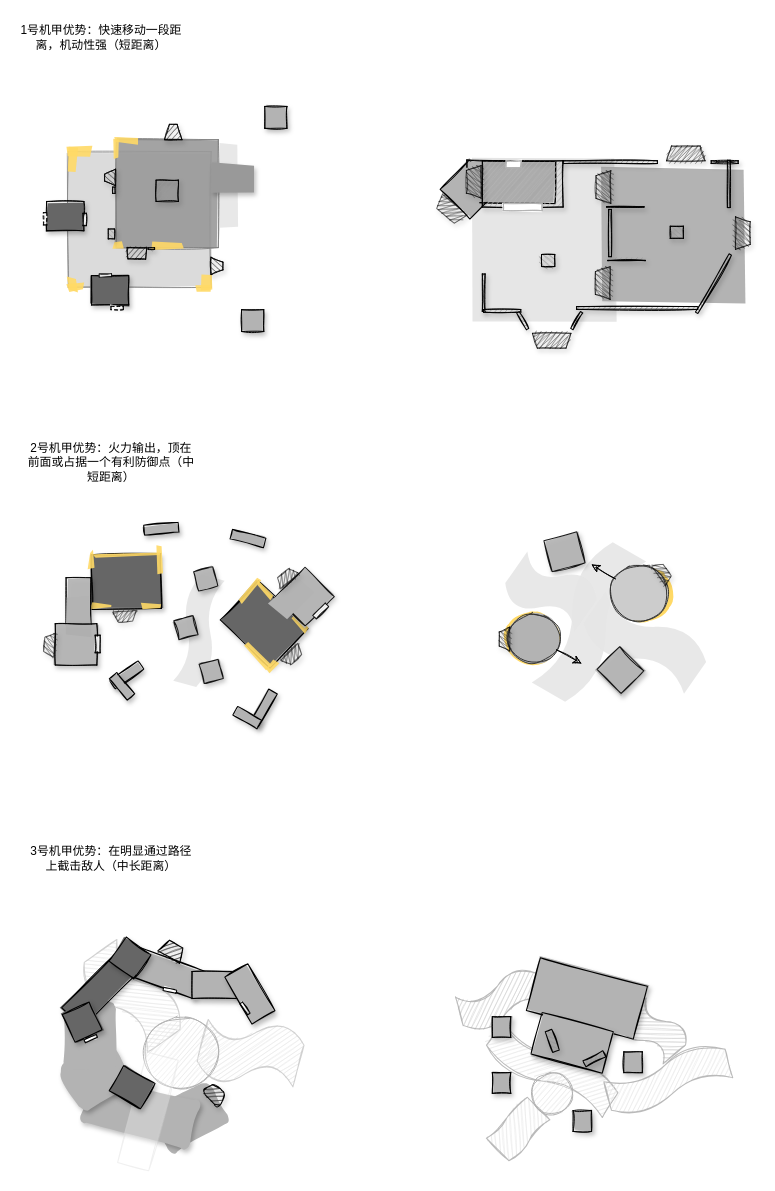
Above: Pattern040506.drawio in Heynoodle/DRAWIO (draw.io), before the change. Source tidied: cells renumbered, new cells numbered last; positions are measured from the earlier drawing's top-left corner, leaving out a move shared by most shapes. Both pictures are drawn from the tidied source at 99%, with x=0, y=0 at pixel (17, 17).
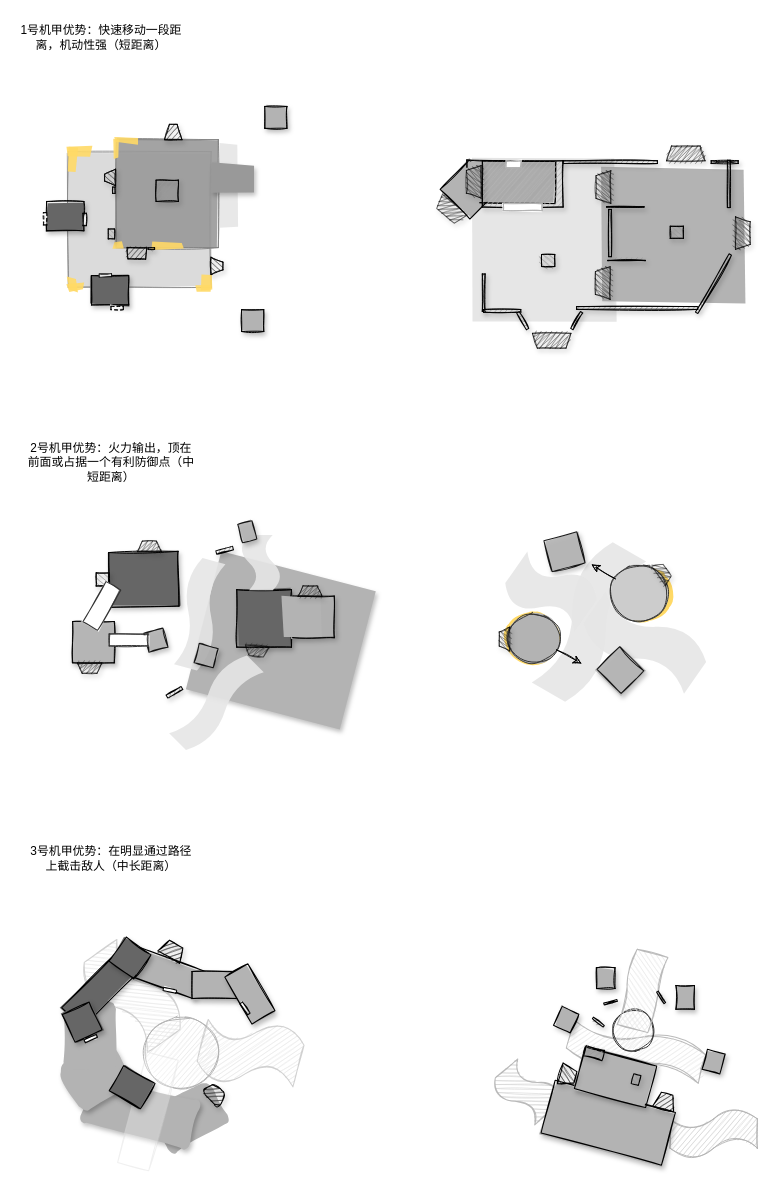
The same diagram, later.

Change to the diagram source:
```diff
@@
     <mxCell id="34" style="group;" parent="1" vertex="1">
-      <mxGeometry x="26.3" y="510" width="293.9" height="208.7" as="geometry" />
+      <mxGeometry x="26.3" y="510" width="349.7" height="208.7" as="geometry" />
     </mxCell>
+    <mxCell id="151" style="rounded=0;whiteSpace=wrap;html=1;sketch=1;fillStyle=solid;shadow=1;strokeWidth=1;fillColor=#B3B3B3;glass=0;strokeColor=none;rotation=15;" parent="34" vertex="1">
+      <mxGeometry x="159.5" y="47.2" width="160" height="144" as="geometry" />
+    </mxCell>
     <mxCell id="35" style="shape=tape;whiteSpace=wrap;html=1;shadow=0;opacity=90;rotation=105;strokeColor=none;fillColor=#E6E6E6;" parent="34" vertex="1">
-      <mxGeometry x="101.6" y="89.6" width="111.1" height="40" as="geometry" />
+      <mxGeometry x="102.4" y="72.9" width="111.1" height="40" as="geometry" />
     </mxCell>
     <mxCell id="36" style="rounded=0;whiteSpace=wrap;html=1;sketch=1;fillStyle=solid;shadow=1;strokeWidth=1;fillColor=#666666;rotation=-1;" parent="34" vertex="1">
-      <mxGeometry x="48.9" y="32.2" width="70" height="55.3" as="geometry" />
+      <mxGeometry x="66.5" y="30" width="70" height="55.3" as="geometry" />
     </mxCell>
-    <mxCell id="37" style="rounded=0;whiteSpace=wrap;html=1;shadow=0;sketch=1;rotation=-1;fillStyle=solid;strokeColor=none;fillColor=#FFD966;opacity=90;" parent="34" vertex="1">
-      <mxGeometry x="48.9" y="82.2" width="20" height="5.3" as="geometry" />
-    </mxCell>
-    <mxCell id="38" style="rounded=0;whiteSpace=wrap;html=1;shadow=0;sketch=1;rotation=90;fillStyle=solid;strokeColor=none;fillColor=#FFD966;opacity=90;" parent="34" vertex="1">
-      <mxGeometry x="39.9" y="35.2" width="16.6" height="5.3" as="geometry" />
-    </mxCell>
-    <mxCell id="39" style="rounded=0;whiteSpace=wrap;html=1;shadow=0;sketch=1;rotation=-1;fillStyle=solid;strokeColor=none;fillColor=#FFD966;opacity=90;" parent="34" vertex="1">
-      <mxGeometry x="98.9" y="82.2" width="20" height="5.3" as="geometry" />
-    </mxCell>
-    <mxCell id="40" style="rounded=0;whiteSpace=wrap;html=1;shadow=0;sketch=1;rotation=90;fillStyle=solid;strokeColor=none;fillColor=#FFD966;opacity=90;" parent="34" vertex="1">
-      <mxGeometry x="101.7" y="35.4" width="30.1" height="5.3" as="geometry" />
-    </mxCell>
-    <mxCell id="41" style="shape=trapezoid;perimeter=trapezoidPerimeter;whiteSpace=wrap;html=1;fixedSize=1;strokeWidth=1;sketch=1;shadow=1;rotation=-185;fillStyle=zigzag;size=4.94497782389351;fillColor=#333333;opacity=60;" parent="34" vertex="1">
-      <mxGeometry x="70.5" y="89.9" width="24.2" height="10.6" as="geometry" />
+    <mxCell id="41" style="shape=trapezoid;perimeter=trapezoidPerimeter;whiteSpace=wrap;html=1;fixedSize=1;strokeWidth=1;sketch=1;shadow=1;rotation=0;fillStyle=zigzag;size=4.94497782389351;fillColor=#333333;opacity=60;" parent="34" vertex="1">
+      <mxGeometry x="95" y="19.1" width="24.2" height="10.6" as="geometry" />
     </mxCell>
-    <mxCell id="42" style="rounded=0;whiteSpace=wrap;html=1;sketch=1;fillStyle=solid;shadow=1;strokeWidth=1;fillColor=#B3B3B3;opacity=90;rotation=90;direction=west;" parent="34" vertex="1">
-      <mxGeometry x="11.8" y="67.2" width="47.4" height="25.1" as="geometry" />
-    </mxCell>
-    <mxCell id="43" style="rounded=0;whiteSpace=wrap;html=1;shadow=0;sketch=1;strokeColor=none;rotation=-90;fillStyle=solid;fillColor=#B3B3B3;" parent="34" vertex="1">
-      <mxGeometry x="15.5" y="83.6" width="40" height="23.2" as="geometry" />
-    </mxCell>
-    <mxCell id="44" style="rounded=0;whiteSpace=wrap;html=1;sketch=1;fillStyle=solid;shadow=1;strokeWidth=1;fillColor=#B3B3B3;rotation=-35;" parent="34" vertex="1">
-      <mxGeometry x="66.8" y="149.2" width="34.9" height="10" as="geometry" />
-    </mxCell>
-    <mxCell id="45" style="rounded=0;whiteSpace=wrap;html=1;sketch=1;fillStyle=solid;shadow=1;strokeWidth=1;fillColor=#B3B3B3;rotation=-60;" parent="34" vertex="1">
-      <mxGeometry x="203.5" y="182.4" width="38" height="10" as="geometry" />
-    </mxCell>
-    <mxCell id="46" style="rounded=0;whiteSpace=wrap;html=1;shadow=0;sketch=1;rotation=-1;fillStyle=solid;strokeColor=none;fillColor=#FFD966;opacity=90;" parent="34" vertex="1">
-      <mxGeometry x="51" y="30.3" width="68" height="5.3" as="geometry" />
-    </mxCell>
-    <mxCell id="47" style="rounded=0;whiteSpace=wrap;html=1;sketch=1;fillStyle=solid;shadow=1;strokeWidth=1;fillColor=#B3B3B3;opacity=90;rotation=-15;" parent="34" vertex="1">
-      <mxGeometry x="154" y="47.2" width="20" height="20" as="geometry" />
-    </mxCell>
-    <mxCell id="48" style="rounded=0;whiteSpace=wrap;html=1;sketch=1;fillStyle=solid;shadow=1;strokeWidth=1;fillColor=#666666;rotation=-136;" parent="34" vertex="1">
-      <mxGeometry x="188" y="75.5" width="70" height="55.3" as="geometry" />
+    <mxCell id="48" style="rounded=0;whiteSpace=wrap;html=1;sketch=1;fillStyle=solid;shadow=1;strokeWidth=1;fillColor=#666666;rotation=-90;" parent="34" vertex="1">
+      <mxGeometry x="194" y="69.5" width="58" height="55.3" as="geometry" />
     </mxCell>
-    <mxCell id="49" style="rounded=0;whiteSpace=wrap;html=1;shadow=0;sketch=1;rotation=-136;fillStyle=solid;strokeColor=none;fillColor=#FFD966;opacity=90;" parent="34" vertex="1">
-      <mxGeometry x="248" y="100.5" width="20" height="5.3" as="geometry" />
-    </mxCell>
-    <mxCell id="50" style="rounded=0;whiteSpace=wrap;html=1;shadow=0;sketch=1;rotation=-45;fillStyle=solid;strokeColor=none;fillColor=#FFD966;opacity=90;" parent="34" vertex="1">
-      <mxGeometry x="223.7" y="141.8" width="14" height="5.3" as="geometry" />
-    </mxCell>
-    <mxCell id="51" style="rounded=0;whiteSpace=wrap;html=1;shadow=0;sketch=1;rotation=-136;fillStyle=solid;strokeColor=none;fillColor=#FFD966;opacity=90;" parent="34" vertex="1">
-      <mxGeometry x="213" y="65.5" width="20" height="5.3" as="geometry" />
-    </mxCell>
-    <mxCell id="52" style="rounded=0;whiteSpace=wrap;html=1;shadow=0;sketch=1;rotation=-45;fillStyle=solid;strokeColor=none;fillColor=#FFD966;opacity=90;" parent="34" vertex="1">
-      <mxGeometry x="194" y="65.5" width="30.1" height="5.3" as="geometry" />
-    </mxCell>
-    <mxCell id="53" style="shape=trapezoid;perimeter=trapezoidPerimeter;whiteSpace=wrap;html=1;fixedSize=1;strokeWidth=1;sketch=1;shadow=1;rotation=-225;fillStyle=zigzag;size=4.94497782389351;fillColor=#333333;opacity=60;" parent="34" vertex="1">
-      <mxGeometry x="240" y="129.5" width="24.2" height="10.6" as="geometry" />
+    <mxCell id="53" style="shape=trapezoid;perimeter=trapezoidPerimeter;whiteSpace=wrap;html=1;fixedSize=1;strokeWidth=1;sketch=1;shadow=1;rotation=-175;fillStyle=zigzag;size=4.94497782389351;fillColor=#333333;opacity=60;" parent="34" vertex="1">
+      <mxGeometry x="203.5" y="124.8" width="24.2" height="10.6" as="geometry" />
     </mxCell>
-    <mxCell id="54" style="rounded=0;whiteSpace=wrap;html=1;sketch=1;fillStyle=solid;shadow=1;strokeWidth=1;fillColor=#B3B3B3;opacity=90;rotation=-135;" parent="34" vertex="1">
-      <mxGeometry x="243.3" y="54.2" width="42" height="41.7" as="geometry" />
+    <mxCell id="54" style="rounded=0;whiteSpace=wrap;html=1;sketch=1;fillStyle=solid;shadow=1;strokeWidth=1;fillColor=#B3B3B3;opacity=90;rotation=-90;" parent="34" vertex="1">
+      <mxGeometry x="252" y="74.8" width="42" height="41.7" as="geometry" />
     </mxCell>
-    <mxCell id="55" style="rounded=0;whiteSpace=wrap;html=1;shadow=0;sketch=1;strokeColor=none;rotation=-225;fillStyle=solid;fillColor=#B3B3B3;" parent="34" vertex="1">
-      <mxGeometry x="231.3" y="65.2" width="40" height="23.2" as="geometry" />
+    <mxCell id="55" style="rounded=0;whiteSpace=wrap;html=1;shadow=0;sketch=1;strokeColor=none;rotation=-180;fillStyle=solid;fillColor=#B3B3B3;" parent="34" vertex="1">
+      <mxGeometry x="241.5" y="76.2" width="40" height="39.9" as="geometry" />
     </mxCell>
-    <mxCell id="56" style="shape=trapezoid;perimeter=trapezoidPerimeter;whiteSpace=wrap;html=1;fixedSize=1;strokeWidth=1;sketch=1;shadow=1;rotation=-40;fillStyle=zigzag;size=4.94497782389351;fillColor=#333333;opacity=60;" parent="34" vertex="1">
-      <mxGeometry x="233.3" y="50.2" width="24.2" height="10.6" as="geometry" />
+    <mxCell id="56" style="shape=trapezoid;perimeter=trapezoidPerimeter;whiteSpace=wrap;html=1;fixedSize=1;strokeWidth=1;sketch=1;shadow=1;rotation=0;fillStyle=zigzag;size=4.94497782389351;fillColor=#333333;opacity=60;" parent="34" vertex="1">
+      <mxGeometry x="257.3" y="64.3" width="24.2" height="10.6" as="geometry" />
     </mxCell>
-    <mxCell id="57" style="rounded=0;whiteSpace=wrap;html=1;shadow=0;sketch=1;rotation=-45;opacity=90;fillStyle=solid;fillColor=#FFFFFF;" parent="34" vertex="1">
-      <mxGeometry x="271.3" y="87.2" width="17.7" height="5" as="geometry" />
-    </mxCell>
-    <mxCell id="58" style="rounded=0;whiteSpace=wrap;html=1;shadow=0;sketch=1;rotation=-136;fillStyle=solid;strokeColor=none;fillColor=#FFD966;opacity=90;" parent="34" vertex="1">
-      <mxGeometry x="198" y="132.5" width="35" height="5.3" as="geometry" />
-    </mxCell>
     <mxCell id="59" style="rounded=0;whiteSpace=wrap;html=1;sketch=1;fillStyle=solid;shadow=1;strokeWidth=1;fillColor=#B3B3B3;opacity=90;rotation=-15;" parent="34" vertex="1">
-      <mxGeometry x="134" y="96.5" width="20" height="20" as="geometry" />
+      <mxGeometry x="103.7" y="109.2" width="20" height="20" as="geometry" />
     </mxCell>
-    <mxCell id="60" style="rounded=0;whiteSpace=wrap;html=1;sketch=1;fillStyle=solid;shadow=1;strokeWidth=1;fillColor=#B3B3B3;opacity=90;rotation=-15;" parent="34" vertex="1">
-      <mxGeometry x="159.5" y="140.7" width="20" height="20" as="geometry" />
+    <mxCell id="60" style="rounded=0;whiteSpace=wrap;html=1;sketch=1;fillStyle=solid;shadow=1;strokeWidth=1;fillColor=#B3B3B3;opacity=90;rotation=15;" parent="34" vertex="1">
+      <mxGeometry x="154.4" y="124.8" width="20" height="20" as="geometry" />
     </mxCell>
     <mxCell id="61" style="group;rotation=-180;" parent="34" vertex="1">
-      <mxGeometry y="102.5" width="57.5" height="41.7" as="geometry" />
+      <mxGeometry x="17.6" y="100.3" width="57.5" height="41.7" as="geometry" />
     </mxCell>
@@
-    <mxCell id="63" style="shape=trapezoid;perimeter=trapezoidPerimeter;whiteSpace=wrap;html=1;fixedSize=1;strokeWidth=1;sketch=1;shadow=1;rotation=-85;fillStyle=zigzag;size=4.94497782389351;fillColor=#333333;opacity=60;" parent="61" vertex="1">
-      <mxGeometry x="-6" y="16" width="24.2" height="10.6" as="geometry" />
-    </mxCell>
-    <mxCell id="64" style="rounded=0;whiteSpace=wrap;html=1;shadow=0;sketch=1;rotation=-90;opacity=90;fillStyle=solid;fillColor=#FFFFFF;" parent="61" vertex="1">
-      <mxGeometry x="46" y="18" width="17.7" height="5" as="geometry" />
-    </mxCell>
-    <mxCell id="65" style="rounded=0;whiteSpace=wrap;html=1;sketch=1;fillStyle=solid;shadow=1;strokeWidth=1;fillColor=#B3B3B3;rotation=50;" parent="34" vertex="1">
-      <mxGeometry x="65.4" y="160.7" width="28.1" height="10" as="geometry" />
-    </mxCell>
-    <mxCell id="66" style="rounded=0;whiteSpace=wrap;html=1;sketch=1;fillStyle=solid;shadow=1;strokeWidth=1;fillColor=#B3B3B3;rotation=30;" parent="34" vertex="1">
-      <mxGeometry x="192" y="192.4" width="28.1" height="10" as="geometry" />
-    </mxCell>
-    <mxCell id="67" style="rounded=0;whiteSpace=wrap;html=1;sketch=1;fillStyle=solid;shadow=1;strokeWidth=1;fillColor=#B3B3B3;rotation=-5;" parent="34" vertex="1">
-      <mxGeometry x="101.7" y="1.5" width="34.9" height="10" as="geometry" />
-    </mxCell>
-    <mxCell id="68" style="rounded=0;whiteSpace=wrap;html=1;sketch=1;fillStyle=solid;shadow=1;strokeWidth=1;fillColor=#B3B3B3;rotation=15;" parent="34" vertex="1">
-      <mxGeometry x="189.2" y="11.5" width="34.9" height="10" as="geometry" />
-    </mxCell>
+    <mxCell id="152" style="rounded=0;whiteSpace=wrap;html=1;shadow=1;glass=0;sketch=1;strokeColor=#000000;fillColor=#999999;gradientColor=none;rotation=-15;direction=west;" parent="34" vertex="1">
+      <mxGeometry x="174.4" y="26.6" width="17.5" height="3.5" as="geometry" />
+    </mxCell>
+    <mxCell id="153" style="shape=tape;whiteSpace=wrap;html=1;shadow=0;opacity=90;rotation=90;strokeColor=none;fillColor=#E6E6E6;" parent="34" vertex="1">
+      <mxGeometry x="191.9" y="20.8" width="55.6" height="40" as="geometry" />
+    </mxCell>
+    <mxCell id="47" style="rounded=0;whiteSpace=wrap;html=1;sketch=1;fillStyle=solid;shadow=1;strokeWidth=1;fillColor=#B3B3B3;opacity=90;rotation=-15;" parent="34" vertex="1">
+      <mxGeometry x="198.5" width="14.9" height="19.1" as="geometry" />
+    </mxCell>
+    <mxCell id="154" style="rounded=0;whiteSpace=wrap;html=1;shadow=1;glass=0;sketch=1;strokeColor=#000000;fillColor=#999999;gradientColor=none;rotation=-90;direction=west;" parent="34" vertex="1">
+      <mxGeometry x="53.3" y="51.3" width="13.2" height="13" as="geometry" />
+    </mxCell>
+    <mxCell id="155" style="rounded=0;whiteSpace=wrap;html=1;shadow=0;sketch=1;rotation=-240;glass=0;strokeColor=#333333;strokeWidth=1;fillColor=#FFFFFF;" parent="34" vertex="1">
+      <mxGeometry x="35.6" y="76" width="46.9" height="17.2" as="geometry" />
+    </mxCell>
+    <mxCell id="156" style="rounded=0;whiteSpace=wrap;html=1;shadow=0;sketch=1;rotation=-180;glass=0;strokeColor=#333333;strokeWidth=1;fillColor=#FFFFFF;" parent="34" vertex="1">
+      <mxGeometry x="66.5" y="112.9" width="39.2" height="12" as="geometry" />
+    </mxCell>
+    <mxCell id="157" style="shape=tape;whiteSpace=wrap;html=1;shadow=0;opacity=90;rotation=-225;strokeColor=none;fillColor=#E6E6E6;" parent="34" vertex="1">
+      <mxGeometry x="119.3" y="162.4" width="111.1" height="40" as="geometry" />
+    </mxCell>
+    <mxCell id="158" style="rounded=0;whiteSpace=wrap;html=1;shadow=1;glass=0;sketch=1;strokeColor=#000000;fillColor=#999999;gradientColor=none;rotation=-210;direction=west;" parent="34" vertex="1">
+      <mxGeometry x="123.7" y="170" width="17.5" height="3.5" as="geometry" />
+    </mxCell>
@@
-    <mxCell id="70" style="group;" parent="1" vertex="1">
+    <mxCell id="70" style="group;rotation=-180;" parent="1" vertex="1">
       <mxGeometry x="440" y="950" width="285.2" height="206.4" as="geometry" />
     </mxCell>
-    <mxCell id="71" style="shape=tape;whiteSpace=wrap;html=1;shadow=0;opacity=90;rotation=50;fillColor=#CCCCCC;sketch=1;strokeColor=#B3B3B3;" parent="70" vertex="1">
-      <mxGeometry x="172.7" y="49.2" width="62" height="49.3" as="geometry" />
+    <mxCell id="71" style="shape=tape;whiteSpace=wrap;html=1;shadow=0;opacity=90;rotation=-130;fillColor=#CCCCCC;sketch=1;strokeColor=#B3B3B3;" parent="70" vertex="1">
+      <mxGeometry x="43.1" y="110.8" width="62" height="49.3" as="geometry" />
     </mxCell>
-    <mxCell id="72" style="shape=tape;whiteSpace=wrap;html=1;shadow=0;opacity=90;rotation=-15;fillColor=#CCCCCC;sketch=1;strokeColor=#B3B3B3;" parent="70" vertex="1">
-      <mxGeometry x="4.9" y="17.9" width="88.3" height="49.3" as="geometry" />
+    <mxCell id="72" style="shape=tape;whiteSpace=wrap;html=1;shadow=0;opacity=90;rotation=-180;fillColor=#CCCCCC;sketch=1;strokeColor=#B3B3B3;" parent="70" vertex="1">
+      <mxGeometry x="219.2" y="152.8" width="88.3" height="49.3" as="geometry" />
     </mxCell>
-    <mxCell id="73" style="shape=tape;whiteSpace=wrap;html=1;shadow=0;opacity=90;rotation=-148;fillColor=#E6E6E6;sketch=1;strokeColor=#B3B3B3;" parent="70" vertex="1">
-      <mxGeometry x="31.3" y="87.6" width="138" height="49.3" as="geometry" />
+    <mxCell id="73" style="shape=tape;whiteSpace=wrap;html=1;shadow=0;opacity=90;rotation=15;fillColor=#E6E6E6;sketch=1;strokeColor=#B3B3B3;" parent="70" vertex="1">
+      <mxGeometry x="116" y="70" width="138" height="49.3" as="geometry" />
     </mxCell>
-    <mxCell id="74" style="shape=tape;whiteSpace=wrap;html=1;shadow=0;opacity=90;rotation=-195;fillColor=#E6E6E6;sketch=1;strokeColor=#B3B3B3;" parent="70" vertex="1">
-      <mxGeometry x="154.1" y="98.5" width="126.9" height="49.3" as="geometry" />
-    </mxCell>
-    <mxCell id="75" style="rounded=0;whiteSpace=wrap;html=1;sketch=1;fillStyle=solid;shadow=1;strokeWidth=1;fillColor=#B3B3B3;rotation=15;" parent="70" vertex="1">
-      <mxGeometry x="79.4" y="13.4" width="111.8" height="55.2" as="geometry" />
+    <mxCell id="75" style="rounded=0;whiteSpace=wrap;html=1;sketch=1;fillStyle=solid;shadow=1;strokeWidth=1;fillColor=#B3B3B3;rotation=-165;" parent="70" vertex="1">
+      <mxGeometry x="94" y="139" width="125.8" height="55.2" as="geometry" />
     </mxCell>
-    <mxCell id="76" style="shape=tape;whiteSpace=wrap;html=1;shadow=0;opacity=90;rotation=-225;fillColor=#E6E6E6;size=0.13100000000000023;sketch=1;strokeColor=#B3B3B3;" parent="70" vertex="1">
-      <mxGeometry x="36.6" y="154.4" width="58.5" height="37" as="geometry" />
-    </mxCell>
-    <mxCell id="77" style="ellipse;whiteSpace=wrap;html=1;shadow=0;sketch=1;fillStyle=hachure;fillColor=#E6E6E6;strokeColor=#B3B3B3;" parent="70" vertex="1">
-      <mxGeometry x="78.9" y="115.9" width="42.5" height="42.5" as="geometry" />
-    </mxCell>
-    <mxCell id="78" style="rounded=0;whiteSpace=wrap;html=1;sketch=1;fillStyle=solid;shadow=1;strokeWidth=1;fillColor=#B3B3B3;" parent="70" vertex="1">
-      <mxGeometry x="39.8" y="59.4" width="18.6" height="21" as="geometry" />
+    <mxCell id="78" style="rounded=0;whiteSpace=wrap;html=1;sketch=1;fillStyle=solid;shadow=1;strokeWidth=1;fillColor=#B3B3B3;rotation=-165;" parent="70" vertex="1">
+      <mxGeometry x="254" y="94.4" width="18.6" height="21" as="geometry" />
     </mxCell>
-    <mxCell id="79" style="rounded=0;whiteSpace=wrap;html=1;sketch=1;fillStyle=solid;shadow=1;strokeWidth=1;fillColor=#B3B3B3;" parent="70" vertex="1">
-      <mxGeometry x="172.7" y="95" width="18.6" height="21" as="geometry" />
+    <mxCell id="79" style="rounded=0;whiteSpace=wrap;html=1;sketch=1;fillStyle=solid;shadow=1;strokeWidth=1;fillColor=#B3B3B3;rotation=-155;" parent="70" vertex="1">
+      <mxGeometry x="105.1" y="52" width="18.6" height="21" as="geometry" />
     </mxCell>
-    <mxCell id="80" style="rounded=0;whiteSpace=wrap;html=1;sketch=1;fillStyle=solid;shadow=1;strokeWidth=1;fillColor=#B3B3B3;" parent="70" vertex="1">
-      <mxGeometry x="121.4" y="154.4" width="18.6" height="21" as="geometry" />
+    <mxCell id="80" style="rounded=0;whiteSpace=wrap;html=1;sketch=1;fillStyle=solid;shadow=1;strokeWidth=1;fillColor=#B3B3B3;rotation=-180;" parent="70" vertex="1">
+      <mxGeometry x="145.1" y="10" width="18.6" height="21" as="geometry" />
     </mxCell>
-    <mxCell id="81" style="rounded=0;whiteSpace=wrap;html=1;sketch=1;fillStyle=solid;shadow=1;strokeWidth=1;fillColor=#B3B3B3;" parent="70" vertex="1">
-      <mxGeometry x="39.8" y="115.9" width="18.6" height="21" as="geometry" />
+    <mxCell id="81" style="rounded=0;whiteSpace=wrap;html=1;sketch=1;fillStyle=solid;shadow=1;strokeWidth=1;fillColor=#B3B3B3;rotation=-180;" parent="70" vertex="1">
+      <mxGeometry x="225.3" y="28" width="18.6" height="23.9" as="geometry" />
     </mxCell>
-    <mxCell id="82" style="rounded=0;whiteSpace=wrap;html=1;sketch=1;fillStyle=solid;shadow=1;strokeWidth=1;fillColor=#B3B3B3;rotation=15;" parent="70" vertex="1">
-      <mxGeometry x="83.2" y="64.2" width="74.5" height="43.4" as="geometry" />
+    <mxCell id="82" style="rounded=0;whiteSpace=wrap;html=1;sketch=1;fillStyle=solid;shadow=1;strokeWidth=1;fillColor=#B3B3B3;rotation=-165;" parent="70" vertex="1">
+      <mxGeometry x="127" y="99" width="74.5" height="43.4" as="geometry" />
     </mxCell>
-    <mxCell id="83" style="rounded=0;whiteSpace=wrap;html=1;shadow=1;glass=0;sketch=1;strokeColor=#000000;fillColor=#999999;gradientColor=none;rotation=-110;direction=west;" parent="70" vertex="1">
-      <mxGeometry x="89.1" y="80.4" width="22.4" height="7" as="geometry" />
+    <mxCell id="83" style="rounded=0;whiteSpace=wrap;html=1;shadow=1;glass=0;sketch=1;strokeColor=#000000;fillColor=#999999;gradientColor=none;rotation=105;direction=west;" parent="70" vertex="1">
+      <mxGeometry x="179.8" y="119.3" width="10.4" height="7.4" as="geometry" />
     </mxCell>
-    <mxCell id="84" style="rounded=0;whiteSpace=wrap;html=1;shadow=1;glass=0;sketch=1;strokeColor=#000000;fillColor=#999999;gradientColor=none;rotation=-207;direction=west;" parent="70" vertex="1">
-      <mxGeometry x="131.7" y="98.5" width="22.4" height="7" as="geometry" />
+    <mxCell id="84" style="rounded=0;whiteSpace=wrap;html=1;shadow=1;glass=0;sketch=1;strokeColor=#000000;fillColor=#999999;gradientColor=none;rotation=15;direction=west;" parent="70" vertex="1">
+      <mxGeometry x="133" y="91" width="19.2" height="10.7" as="geometry" />
     </mxCell>
+    <mxCell id="159" style="shape=trapezoid;perimeter=trapezoidPerimeter;whiteSpace=wrap;html=1;fixedSize=1;strokeWidth=1;sketch=1;shadow=1;rotation=105;fillStyle=hachure;size=4.94497782389351;fillColor=#333333;rounded=0;glass=0;" parent="70" vertex="1">
+      <mxGeometry x="105.1" y="110.8" width="21.9" height="15.8" as="geometry" />
+    </mxCell>
+    <mxCell id="160" style="shape=trapezoid;perimeter=trapezoidPerimeter;whiteSpace=wrap;html=1;fixedSize=1;strokeWidth=1;sketch=1;shadow=1;rotation=15;fillStyle=hachure;size=4.94497782389351;fillColor=#333333;rounded=0;glass=0;" parent="70" vertex="1">
+      <mxGeometry x="203.4" y="137" width="21.9" height="15.8" as="geometry" />
+    </mxCell>
+    <mxCell id="77" style="ellipse;whiteSpace=wrap;html=1;shadow=0;sketch=1;fillStyle=hachure;fillColor=#E6E6E6;rotation=-180;strokeColor=#333333;" parent="70" vertex="1">
+      <mxGeometry x="161" y="52" width="42.5" height="42.5" as="geometry" />
+    </mxCell>
+    <mxCell id="76" style="shape=tape;whiteSpace=wrap;html=1;shadow=0;opacity=90;rotation=-75;fillColor=#E6E6E6;size=0.13100000000000023;sketch=1;strokeColor=#B3B3B3;" parent="70" vertex="1">
+      <mxGeometry x="152.2" y="15" width="78.5" height="37" as="geometry" />
+    </mxCell>
+    <mxCell id="161" style="rounded=0;whiteSpace=wrap;html=1;shadow=1;glass=0;sketch=1;strokeColor=#000000;fillColor=#999999;gradientColor=none;rotation=-195;direction=west;" parent="70" vertex="1">
+      <mxGeometry x="152.3" y="43.9" width="13.8" height="1.9" as="geometry" />
+    </mxCell>
+    <mxCell id="162" style="rounded=0;whiteSpace=wrap;html=1;shadow=1;glass=0;sketch=1;strokeColor=#000000;fillColor=#999999;gradientColor=none;rotation=57;direction=west;" parent="70" vertex="1">
+      <mxGeometry x="203.4" y="39" width="13.8" height="1.9" as="geometry" />
+    </mxCell>
@@
+    <mxCell id="163" style="rounded=0;whiteSpace=wrap;html=1;shadow=1;glass=0;sketch=1;strokeColor=#000000;fillColor=#999999;gradientColor=none;rotation=-142;direction=west;" parent="1" vertex="1">
+      <mxGeometry x="580" y="1014" width="13.8" height="1.9" as="geometry" />
+    </mxCell>
+    <mxCell id="63" style="shape=trapezoid;perimeter=trapezoidPerimeter;whiteSpace=wrap;html=1;fixedSize=1;strokeWidth=1;sketch=1;shadow=1;rotation=-180;fillStyle=zigzag;size=4.94497782389351;fillColor=#333333;opacity=60;" parent="1" vertex="1">
+      <mxGeometry x="60.6" y="652" width="24.8" height="10.6" as="geometry" />
+    </mxCell>
```
